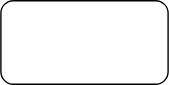
Earlier version of the draw.io export process.drawio.svg (YuMingLiDawn/Linux). Source tidied: cells renumbered, new cells last; positions are measured from the earlier drawing's top-left corner, leaving out a move shared by most shapes. Its diagram source:
```xml
<mxGraphModel>
  <root>
    <mxCell id="0" />
    <mxCell id="1" parent="0" />
    <mxCell id="2" style="rounded=1;whiteSpace=wrap;html=1;" parent="1" vertex="1">
      <mxGeometry width="120" height="60" as="geometry" />
    </mxCell>
  </root>
</mxGraphModel>
```
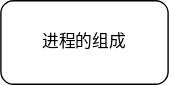
The same file after the commit.

Change to the diagram source:
```diff
@@ -2,7 +2,7 @@
   <root>
     <mxCell id="0" />
     <mxCell id="1" parent="0" />
-    <mxCell id="2" style="rounded=1;whiteSpace=wrap;html=1;" parent="1" vertex="1">
+    <mxCell id="2" value="进程的组成" style="rounded=1;whiteSpace=wrap;html=1;" parent="1" vertex="1">
       <mxGeometry width="120" height="60" as="geometry" />
     </mxCell>
   </root>
```
